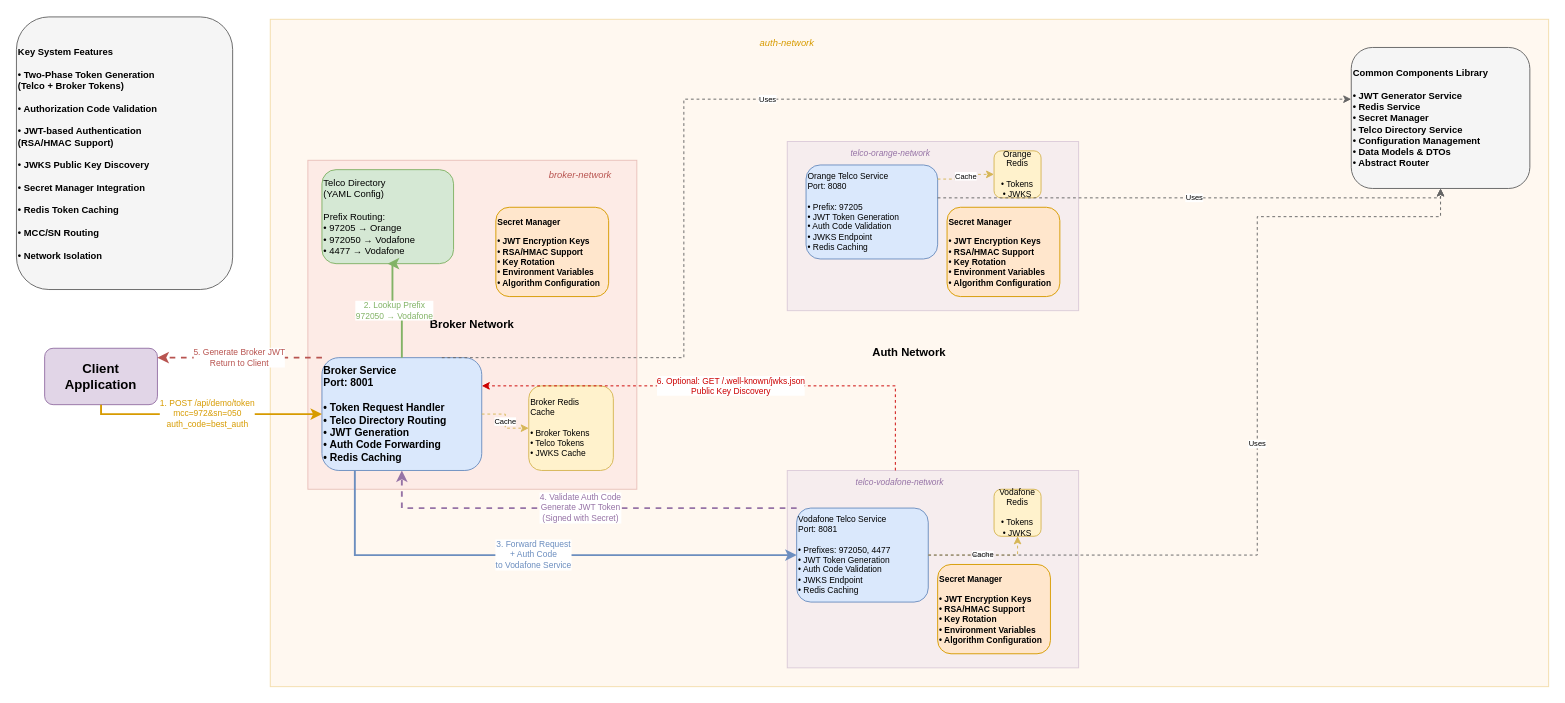
Before: Glide Demo.drawio.xml in bar2133/glide-demo, a draw.io diagram. Source tidied: cells renumbered, new cells numbered last; positions are measured from the earlier drawing's top-left corner, leaving out a move shared by most shapes. Both pictures are drawn from the tidied source at 94%, with x=0, y=0 at pixel (16, 17).
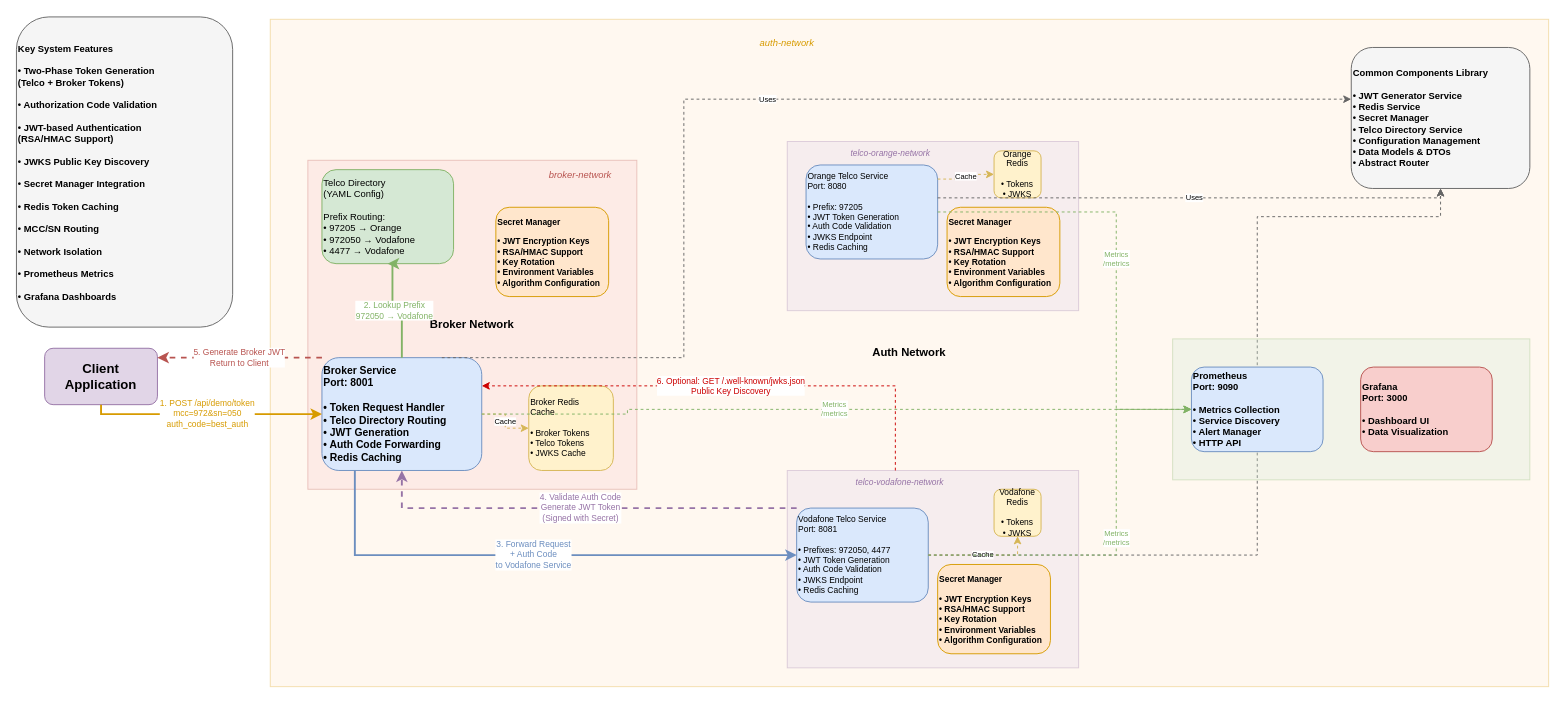
The same page after the edit.

Commit message (it also covers changes not shown here):
Remove obsolete Glide diagram and add new Glide demo diagram

- Deleted the outdated Glide Demo-Page-2 diagram.
- Introduced a new Glide Demo diagram for updated system representation.
- Made adjustments to the Glide Demo XML file to enhance the diagram's content and layout.

Unchanged cells that the change refers to:
```xml
<mxCell id="5" value="Broker Service&lt;br&gt;Port: 8001&lt;br&gt;&lt;br&gt;• Token Request Handler&lt;br&gt;• Telco Directory Routing&lt;br&gt;• JWT Generation&lt;br&gt;• Auth Code Forwarding&lt;br&gt;• Redis Caching" style="rounded=1;whiteSpace=wrap;html=1;fillColor=#dae8fc;strokeColor=#6c8ebf;fontSize=11;fontStyle=1;align=left;" parent="1" vertex="1">
  <mxGeometry x="325" y="362" width="170" height="120" as="geometry" />
</mxCell>
<mxCell id="9" value="Orange Telco Service&lt;br&gt;Port: 8080&lt;br&gt;&lt;br&gt;• Prefix: 97205&lt;br&gt;• JWT Token Generation&lt;br&gt;• Auth Code Validation&lt;br&gt;• JWKS Endpoint&lt;br&gt;• Redis Caching" style="rounded=1;whiteSpace=wrap;html=1;fillColor=#dae8fc;strokeColor=#6c8ebf;fontSize=9;align=left;" parent="1" vertex="1">
  <mxGeometry x="840" y="157" width="140" height="100" as="geometry" />
</mxCell>
<mxCell id="12" value="Vodafone Telco Service&lt;br&gt;Port: 8081&lt;br&gt;&lt;br&gt;• Prefixes: 972050, 4477&lt;br&gt;• JWT Token Generation&lt;br&gt;• Auth Code Validation&lt;br&gt;• JWKS Endpoint&lt;br&gt;• Redis Caching" style="rounded=1;whiteSpace=wrap;html=1;fillColor=#dae8fc;strokeColor=#6c8ebf;fontSize=9;align=left;" parent="1" vertex="1">
  <mxGeometry x="830" y="522" width="140" height="100" as="geometry" />
</mxCell>
```

Diff of the diagram source:
```diff
@@
-    <mxCell id="28" value="Key System Features&lt;br&gt;&lt;br&gt;• Two-Phase Token Generation&lt;br&gt;  (Telco + Broker Tokens)&lt;br&gt;&lt;br&gt;• Authorization Code Validation&lt;br&gt;&lt;br&gt;• JWT-based Authentication&lt;br&gt;  (RSA/HMAC Support)&lt;br&gt;&lt;br&gt;• JWKS Public Key Discovery&lt;br&gt;&lt;br&gt;• Secret Manager Integration&lt;br&gt;&lt;br&gt;• Redis Token Caching&lt;br&gt;&lt;br&gt;• MCC/SN Routing&lt;br&gt;&lt;br&gt;• Network Isolation" style="rounded=1;whiteSpace=wrap;html=1;fillColor=#f5f5f5;strokeColor=#666666;fontSize=10;align=left;fontStyle=1;" parent="1" vertex="1">
-      <mxGeometry y="-0.5" width="230" height="290" as="geometry" />
+    <mxCell id="28" value="Key System Features&lt;br&gt;&lt;br&gt;• Two-Phase Token Generation&lt;br&gt;  (Telco + Broker Tokens)&lt;br&gt;&lt;br&gt;• Authorization Code Validation&lt;br&gt;&lt;br&gt;• JWT-based Authentication&lt;br&gt;  (RSA/HMAC Support)&lt;br&gt;&lt;br&gt;• JWKS Public Key Discovery&lt;br&gt;&lt;br&gt;• Secret Manager Integration&lt;br&gt;&lt;br&gt;• Redis Token Caching&lt;br&gt;&lt;br&gt;• MCC/SN Routing&lt;br&gt;&lt;br&gt;• Network Isolation&lt;br&gt;&lt;br&gt;• Prometheus Metrics&lt;br&gt;&lt;br&gt;• Grafana Dashboards" style="rounded=1;whiteSpace=wrap;html=1;fillColor=#f5f5f5;strokeColor=#666666;fontSize=10;align=left;fontStyle=1;" parent="1" vertex="1">
+      <mxGeometry y="-0.5" width="230" height="330" as="geometry" />
     </mxCell>
@@
+    <mxCell id="35" style="rounded=0;whiteSpace=wrap;html=1;fillColor=#d5e8d4;strokeColor=#82b366;opacity=30;fontSize=12;fontStyle=1;" parent="1" vertex="1">
+      <mxGeometry x="1230" y="342" width="380" height="150" as="geometry" />
+    </mxCell>
+    <mxCell id="36" value="Prometheus&lt;br&gt;Port: 9090&lt;br&gt;&lt;br&gt;• Metrics Collection&lt;br&gt;• Service Discovery&lt;br&gt;• Alert Manager&lt;br&gt;• HTTP API" style="rounded=1;whiteSpace=wrap;html=1;fillColor=#dae8fc;strokeColor=#6c8ebf;fontSize=10;align=left;fontStyle=1;" parent="1" vertex="1">
+      <mxGeometry x="1250" y="372" width="140" height="90" as="geometry" />
+    </mxCell>
+    <mxCell id="37" value="Grafana&lt;br&gt;Port: 3000&lt;br&gt;&lt;br&gt;• Dashboard UI&lt;br&gt;• Data Visualization" style="rounded=1;whiteSpace=wrap;html=1;fillColor=#f8cecc;strokeColor=#b85450;fontSize=10;align=left;fontStyle=1;" parent="1" vertex="1">
+      <mxGeometry x="1430" y="372" width="140" height="90" as="geometry" />
+    </mxCell>
+    <mxCell id="38" value="Metrics&lt;br&gt;/metrics" style="edgeStyle=orthogonalEdgeStyle;rounded=0;jettySize=auto;html=1;fontSize=8;fontColor=#82b366;strokeColor=#82b366;strokeWidth=1;dashed=1;" parent="1" edge="1" source="5" target="36">
+      <mxGeometry relative="1" as="geometry">
+        <Array as="points">
+          <mxPoint x="650" y="422" />
+          <mxPoint x="650" y="417" />
+        </Array>
+      </mxGeometry>
+    </mxCell>
+    <mxCell id="39" value="Metrics&lt;br&gt;/metrics" style="edgeStyle=orthogonalEdgeStyle;rounded=0;jettySize=auto;html=1;fontSize=8;fontColor=#82b366;strokeColor=#82b366;strokeWidth=1;dashed=1;" parent="1" edge="1" source="9" target="36">
+      <mxGeometry relative="1" as="geometry">
+        <Array as="points">
+          <mxPoint x="1170" y="207" />
+          <mxPoint x="1170" y="417" />
+        </Array>
+      </mxGeometry>
+    </mxCell>
+    <mxCell id="40" value="Metrics&lt;br&gt;/metrics" style="edgeStyle=orthogonalEdgeStyle;rounded=0;jettySize=auto;html=1;fontSize=8;fontColor=#82b366;strokeColor=#82b366;strokeWidth=1;dashed=1;" parent="1" edge="1" source="12" target="36">
+      <mxGeometry relative="1" as="geometry">
+        <Array as="points">
+          <mxPoint x="1170" y="572" />
+          <mxPoint x="1170" y="417" />
+        </Array>
+      </mxGeometry>
+    </mxCell>
```
